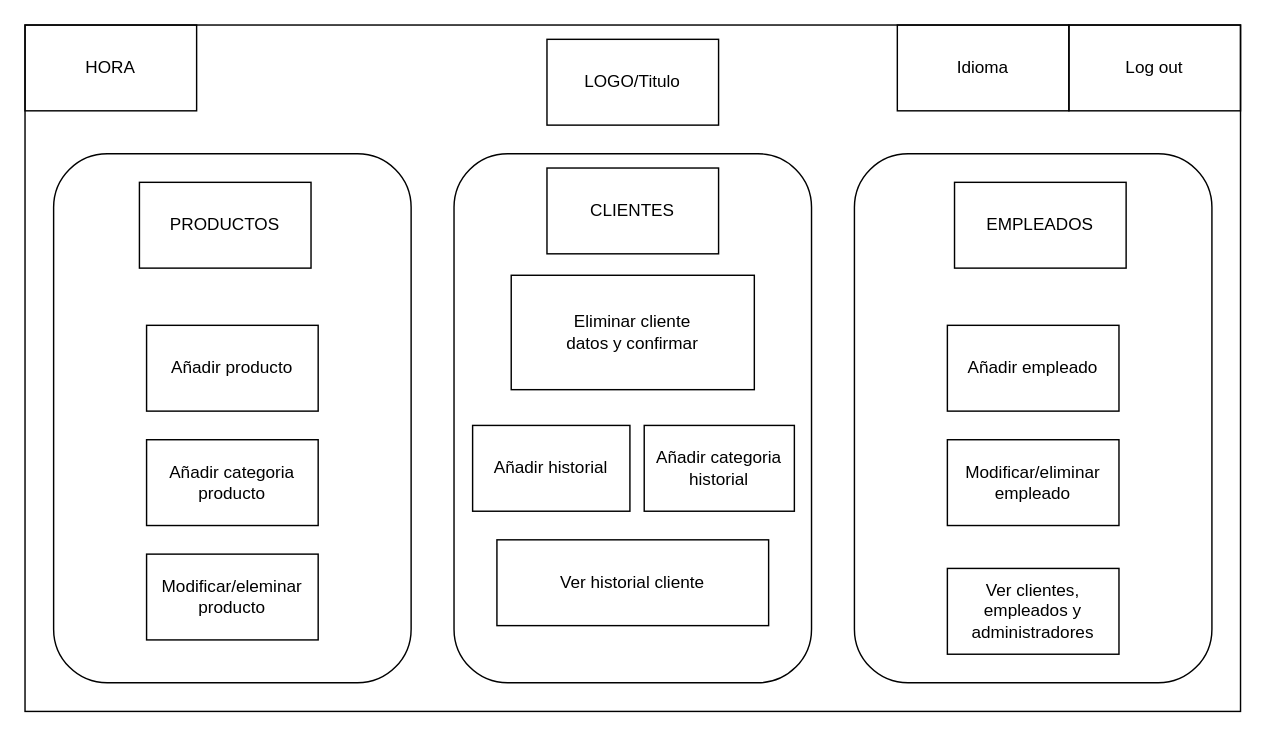
This is page "StaffMenu" (4 of 5) of docs/UI_UX.drawio from Universidad-Europea/PharmSquare, a draw.io file, before an edit. Source tidied: cells renumbered, new cells numbered last; positions are measured from the earlier drawing's top-left corner, leaving out a move shared by most shapes. Both pictures are drawn from the tidied source at 143%, with x=0, y=0 at pixel (24, 24).
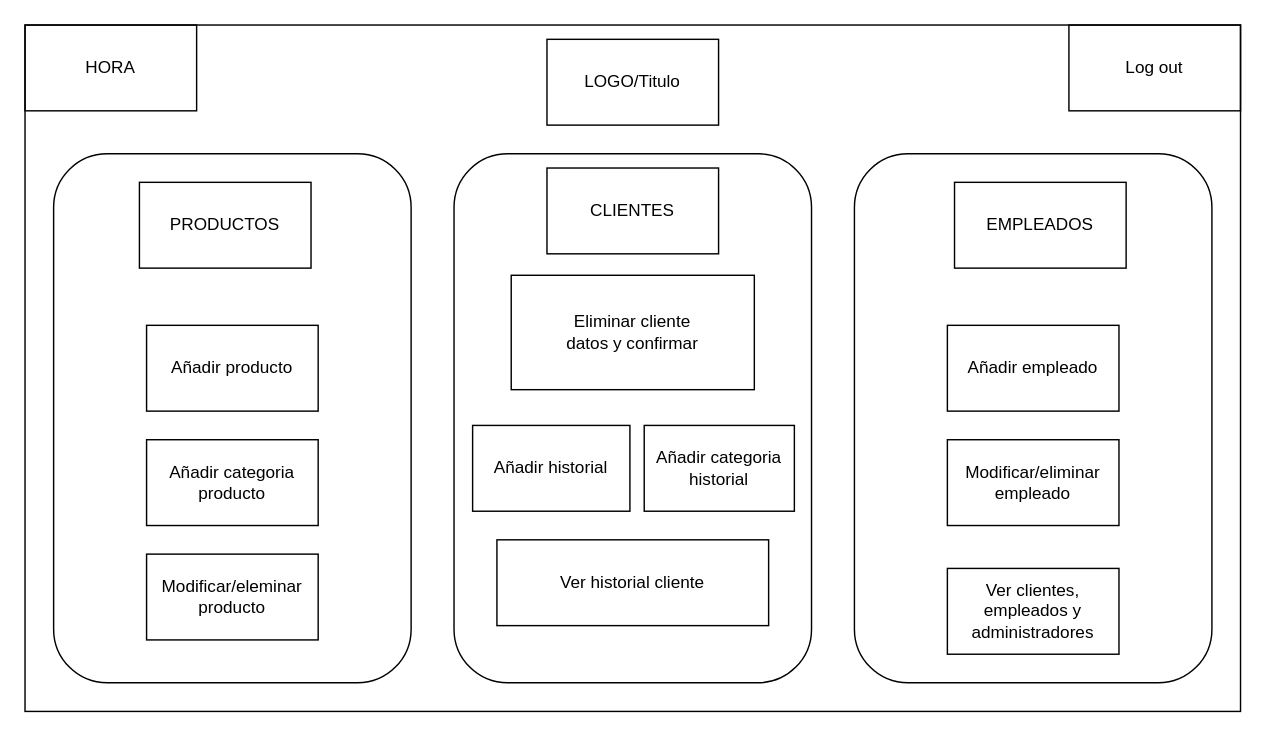
The same diagram, later.

Commit message (it also covers changes not shown here):
el idioma son los padres

Change to the diagram source:
```diff
@@
-    <mxCell id="10" value="Idioma" style="rounded=0;whiteSpace=wrap;html=1;fillColor=none;" parent="1" vertex="1">
-      <mxGeometry x="610" width="120" height="60" as="geometry" />
-    </mxCell>
```
